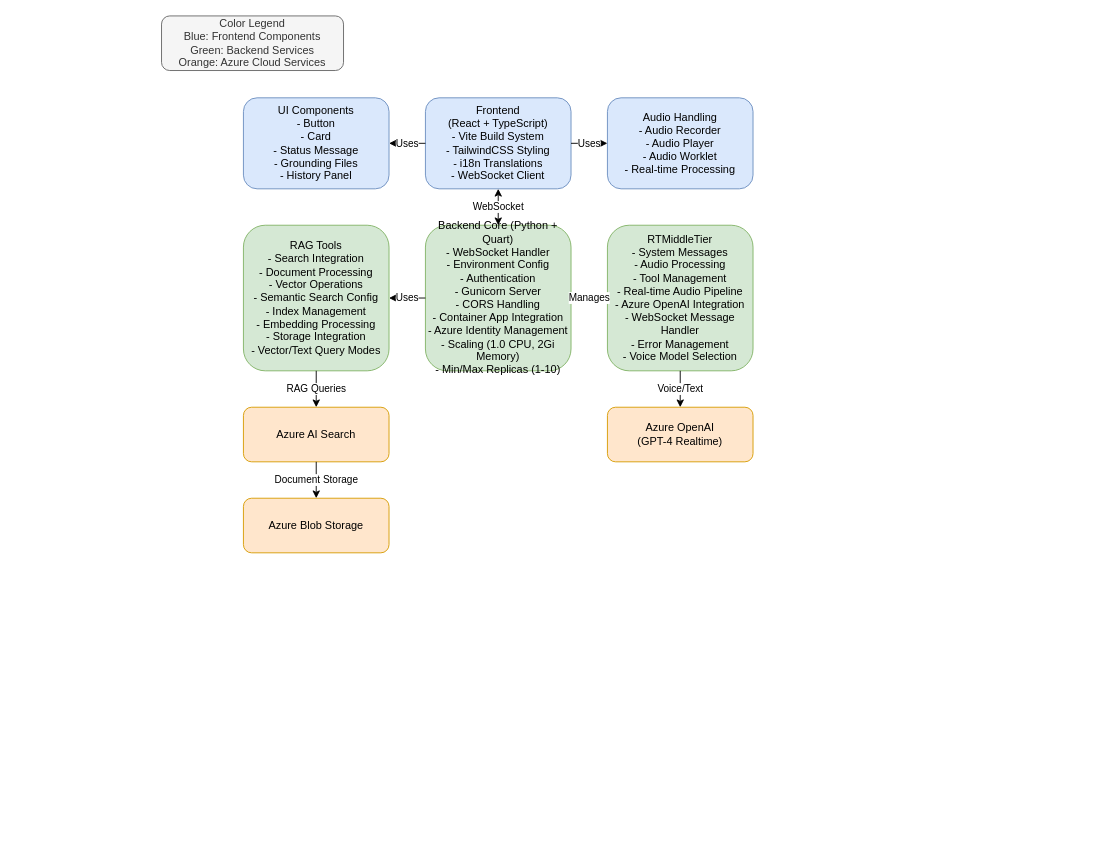
Before: project_graph.drawio in soenke-maibach-taod/aisearch-openai-rag-audio, a draw.io diagram. Source tidied: cells renumbered, new cells numbered last; positions are measured from the earlier drawing's top-left corner, leaving out a move shared by most shapes. Both pictures are drawn from the tidied source at 91%, with x=0, y=0 at pixel (161, 15).
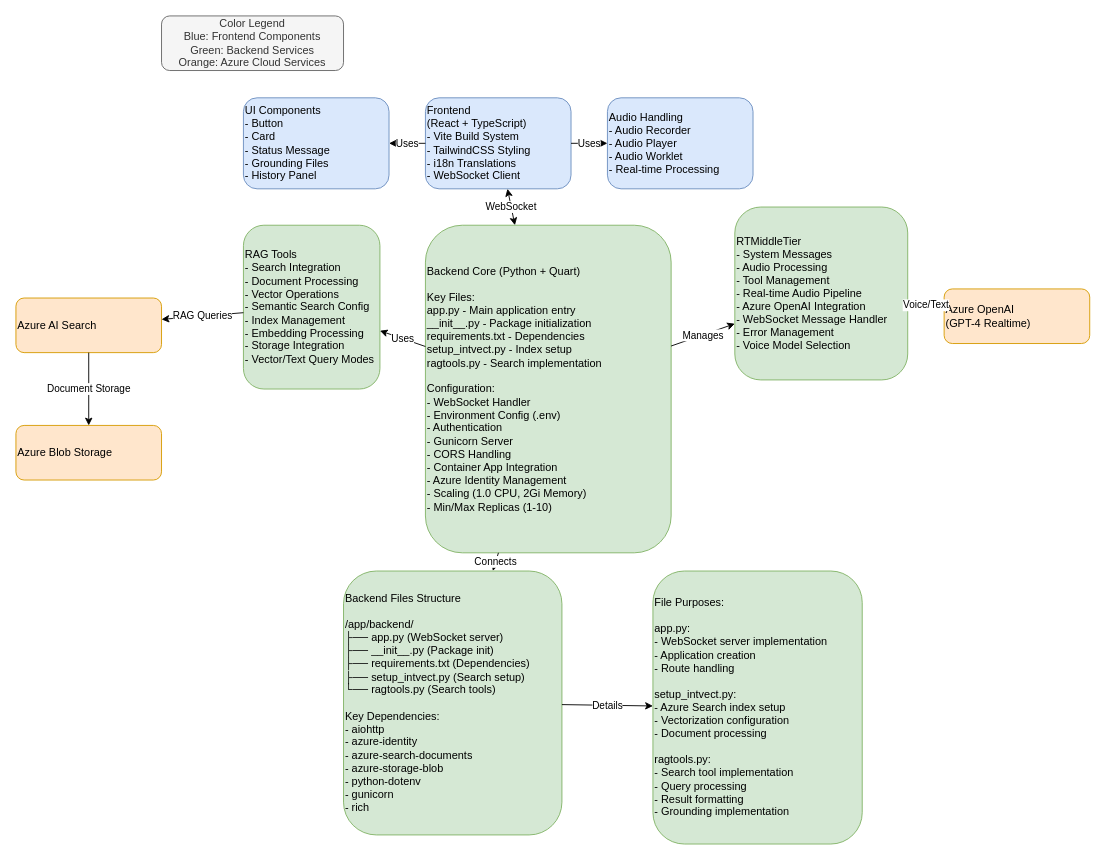
The same diagram, later.

Commit message:
more details to the backend

Change to the diagram source:
```diff
@@
-    <mxCell id="2" value="Frontend&#10;(React + TypeScript)&#10;- Vite Build System&#10;- TailwindCSS Styling&#10;- i18n Translations&#10;- WebSocket Client" style="rounded=1;whiteSpace=wrap;html=1;fillColor=#dae8fc;strokeColor=#6c8ebf;" parent="1" vertex="1">
+    <mxCell id="2" value="Frontend&#10;(React + TypeScript)&#10;- Vite Build System&#10;- TailwindCSS Styling&#10;- i18n Translations&#10;- WebSocket Client" style="rounded=1;whiteSpace=wrap;html=1;fillColor=#dae8fc;strokeColor=#6c8ebf;align=left;" parent="1" vertex="1">
       <mxGeometry x="290" y="90" width="160" height="100" as="geometry" />
     </mxCell>
-    <mxCell id="3" value="UI Components&#10;- Button&#10;- Card&#10;- Status Message&#10;- Grounding Files&#10;- History Panel" style="rounded=1;whiteSpace=wrap;html=1;fillColor=#dae8fc;strokeColor=#6c8ebf;" parent="1" vertex="1">
+    <mxCell id="3" value="UI Components&#10;- Button&#10;- Card&#10;- Status Message&#10;- Grounding Files&#10;- History Panel" style="rounded=1;whiteSpace=wrap;html=1;fillColor=#dae8fc;strokeColor=#6c8ebf;align=left;" parent="1" vertex="1">
       <mxGeometry x="90" y="90" width="160" height="100" as="geometry" />
     </mxCell>
-    <mxCell id="4" value="Audio Handling&#10;- Audio Recorder&#10;- Audio Player&#10;- Audio Worklet&#10;- Real-time Processing" style="rounded=1;whiteSpace=wrap;html=1;fillColor=#dae8fc;strokeColor=#6c8ebf;" parent="1" vertex="1">
+    <mxCell id="4" value="Audio Handling&#10;- Audio Recorder&#10;- Audio Player&#10;- Audio Worklet&#10;- Real-time Processing" style="rounded=1;whiteSpace=wrap;html=1;fillColor=#dae8fc;strokeColor=#6c8ebf;align=left;" parent="1" vertex="1">
       <mxGeometry x="490" y="90" width="160" height="100" as="geometry" />
     </mxCell>
@@
-    <mxCell id="7" value="Backend Core (Python + Quart)&#10;- WebSocket Handler&#10;- Environment Config&#10;- Authentication&#10;- Gunicorn Server&#10;- CORS Handling&#10;- Container App Integration&#10;- Azure Identity Management&#10;- Scaling (1.0 CPU, 2Gi Memory)&#10;- Min/Max Replicas (1-10)" style="rounded=1;whiteSpace=wrap;html=1;fillColor=#d5e8d4;strokeColor=#82b366;" parent="1" vertex="1">
-      <mxGeometry x="290" y="230" width="160" height="160" as="geometry" />
+    <mxCell id="7" value="Backend Core (Python + Quart)&#10;&#10;Key Files:&#10;app.py - Main application entry&#10;__init__.py - Package initialization&#10;requirements.txt - Dependencies&#10;setup_intvect.py - Index setup&#10;ragtools.py - Search implementation&#10;&#10;Configuration:&#10;- WebSocket Handler&#10;- Environment Config (.env)&#10;- Authentication&#10;- Gunicorn Server&#10;- CORS Handling&#10;- Container App Integration&#10;- Azure Identity Management&#10;- Scaling (1.0 CPU, 2Gi Memory)&#10;- Min/Max Replicas (1-10)" style="rounded=1;whiteSpace=wrap;html=1;fillColor=#d5e8d4;strokeColor=#82b366;align=left;" parent="1" vertex="1">
+      <mxGeometry x="290" y="230" width="270" height="360" as="geometry" />
     </mxCell>
+    <mxCell id="20" value="Backend Files Structure&#10;&#10;/app/backend/&#10;├── app.py (WebSocket server)&#10;├── __init__.py (Package init)&#10;├── requirements.txt (Dependencies)&#10;├── setup_intvect.py (Search setup)&#10;└── ragtools.py (Search tools)&#10;&#10;Key Dependencies:&#10;- aiohttp&#10;- azure-identity&#10;- azure-search-documents&#10;- azure-storage-blob&#10;- python-dotenv&#10;- gunicorn&#10;- rich" style="rounded=1;whiteSpace=wrap;html=1;fillColor=#d5e8d4;strokeColor=#82b366;align=left;" parent="1" vertex="1">
+      <mxGeometry x="200" y="610" width="240" height="290" as="geometry" />
+    </mxCell>
+    <mxCell id="21" value="File Purposes:&#10;&#10;app.py:&#10;- WebSocket server implementation&#10;- Application creation&#10;- Route handling&#10;&#10;setup_intvect.py:&#10;- Azure Search index setup&#10;- Vectorization configuration&#10;- Document processing&#10;&#10;ragtools.py:&#10;- Search tool implementation&#10;- Query processing&#10;- Result formatting&#10;- Grounding implementation" style="rounded=1;whiteSpace=wrap;html=1;fillColor=#d5e8d4;strokeColor=#82b366;align=left;" parent="1" vertex="1">
+      <mxGeometry x="540" y="610" width="230" height="300" as="geometry" />
+    </mxCell>
+    <mxCell id="22" value="Connects" style="endArrow=classic;html=1;rounded=0;" parent="1" edge="1" source="7" target="20">
+      <mxGeometry relative="1" as="geometry" />
+    </mxCell>
+    <mxCell id="23" value="Details" style="endArrow=classic;html=1;rounded=0;" parent="1" edge="1" source="20" target="21">
+      <mxGeometry relative="1" as="geometry" />
+    </mxCell>
-    <mxCell id="8" value="RTMiddleTier&#10;- System Messages&#10;- Audio Processing&#10;- Tool Management&#10;- Real-time Audio Pipeline&#10;- Azure OpenAI Integration&#10;- WebSocket Message Handler&#10;- Error Management&#10;- Voice Model Selection" style="rounded=1;whiteSpace=wrap;html=1;fillColor=#d5e8d4;strokeColor=#82b366;" parent="1" vertex="1">
-      <mxGeometry x="490" y="230" width="160" height="160" as="geometry" />
+    <mxCell id="8" value="RTMiddleTier&#10;- System Messages&#10;- Audio Processing&#10;- Tool Management&#10;- Real-time Audio Pipeline&#10;- Azure OpenAI Integration&#10;- WebSocket Message Handler&#10;- Error Management&#10;- Voice Model Selection" style="rounded=1;whiteSpace=wrap;html=1;fillColor=#d5e8d4;strokeColor=#82b366;align=left;" parent="1" vertex="1">
+      <mxGeometry x="630" y="210" width="190" height="190" as="geometry" />
     </mxCell>
-    <mxCell id="9" value="RAG Tools&#10;- Search Integration&#10;- Document Processing&#10;- Vector Operations&#10;- Semantic Search Config&#10;- Index Management&#10;- Embedding Processing&#10;- Storage Integration&#10;- Vector/Text Query Modes" style="rounded=1;whiteSpace=wrap;html=1;fillColor=#d5e8d4;strokeColor=#82b366;" parent="1" vertex="1">
-      <mxGeometry x="90" y="230" width="160" height="160" as="geometry" />
+    <mxCell id="9" value="RAG Tools&#10;- Search Integration&#10;- Document Processing&#10;- Vector Operations&#10;- Semantic Search Config&#10;- Index Management&#10;- Embedding Processing&#10;- Storage Integration&#10;- Vector/Text Query Modes" style="rounded=1;whiteSpace=wrap;html=1;fillColor=#d5e8d4;strokeColor=#82b366;align=left;" parent="1" vertex="1">
+      <mxGeometry x="90" y="230" width="150" height="180" as="geometry" />
     </mxCell>
-    <mxCell id="10" value="Azure OpenAI&#10;(GPT-4 Realtime)" style="rounded=1;whiteSpace=wrap;html=1;fillColor=#ffe6cc;strokeColor=#d79b00;" parent="1" vertex="1">
-      <mxGeometry x="490" y="430" width="160" height="60" as="geometry" />
+    <mxCell id="10" value="Azure OpenAI&#10;(GPT-4 Realtime)" style="rounded=1;whiteSpace=wrap;html=1;fillColor=#ffe6cc;strokeColor=#d79b00;align=left;" parent="1" vertex="1">
+      <mxGeometry x="860" y="300" width="160" height="60" as="geometry" />
     </mxCell>
-    <mxCell id="11" value="Azure AI Search" style="rounded=1;whiteSpace=wrap;html=1;fillColor=#ffe6cc;strokeColor=#d79b00;" parent="1" vertex="1">
-      <mxGeometry x="90" y="430" width="160" height="60" as="geometry" />
+    <mxCell id="11" value="Azure AI Search" style="rounded=1;whiteSpace=wrap;html=1;fillColor=#ffe6cc;strokeColor=#d79b00;align=left;" parent="1" vertex="1">
+      <mxGeometry x="-160" y="310" width="160" height="60" as="geometry" />
     </mxCell>
-    <mxCell id="12" value="Azure Blob Storage" style="rounded=1;whiteSpace=wrap;html=1;fillColor=#ffe6cc;strokeColor=#d79b00;" parent="1" vertex="1">
-      <mxGeometry x="90" y="530" width="160" height="60" as="geometry" />
+    <mxCell id="12" value="Azure Blob Storage" style="rounded=1;whiteSpace=wrap;html=1;fillColor=#ffe6cc;strokeColor=#d79b00;align=left;" parent="1" vertex="1">
+      <mxGeometry x="-160" y="450" width="160" height="60" as="geometry" />
     </mxCell>
```
